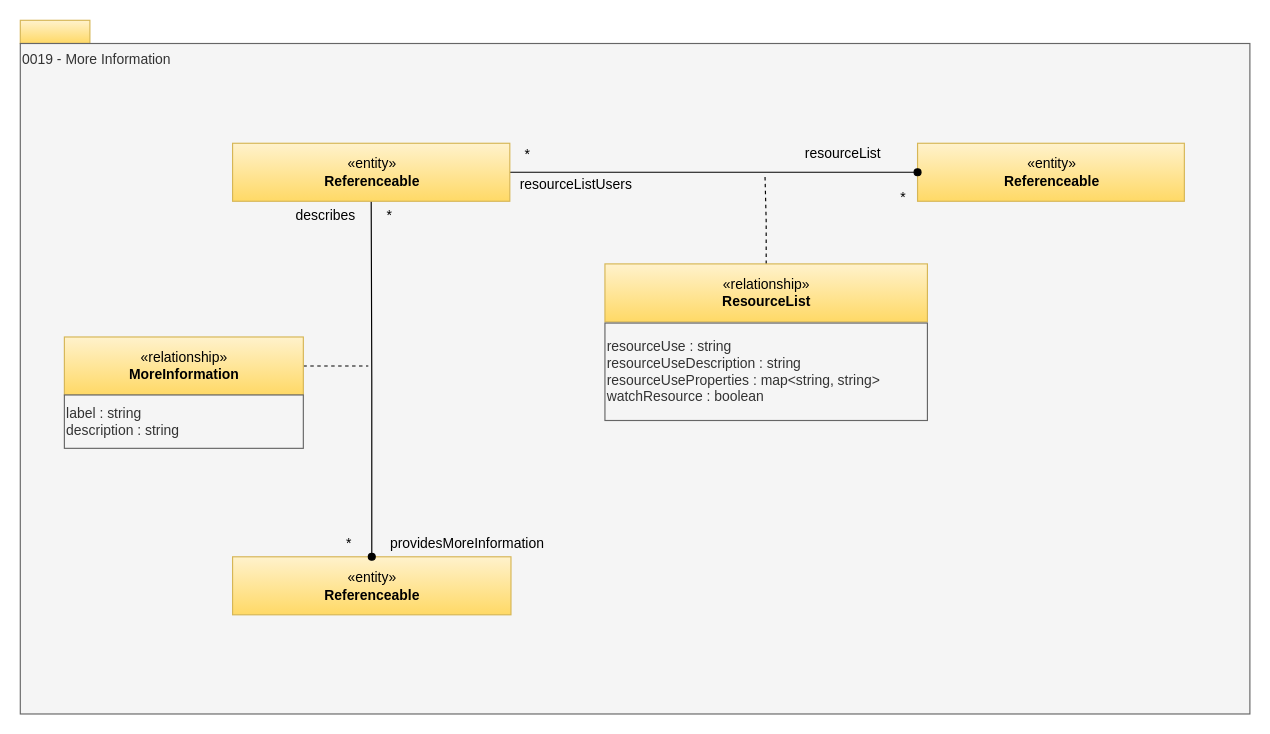
Earlier version of the draw.io diagram page "0019-More-Information" (13 of 32) of site/docs/types/0/area-0-basic-types-and-infrastructure.drawio (odpi/egeria-docs). Source tidied: cells renumbered, new cells numbered last; positions are measured from the earlier drawing's top-left corner, leaving out a move shared by most shapes. Both pictures are drawn from the tidied source at 116%, with x=0, y=0 at pixel (20, 20).
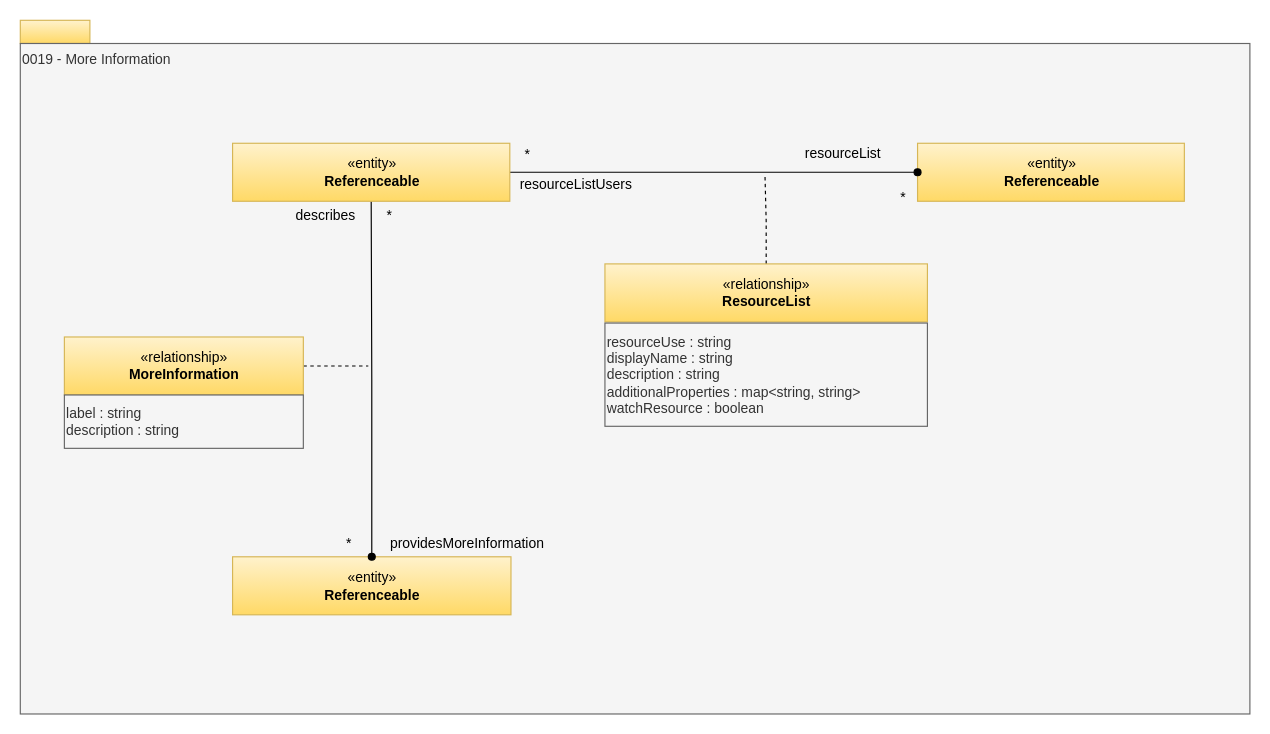
The same diagram, later.

What changed in the source:
```diff
@@
-    <mxCell id="22" value="resourceUse : string&lt;br&gt;resourceUseDescription : string&lt;br&gt;resourceUseProperties : map&amp;lt;string, string&amp;gt;&lt;br&gt;watchResource : boolean" style="rounded=0;whiteSpace=wrap;html=1;strokeColor=#666666;align=left;fillColor=#f5f5f5;fontColor=#333333;" parent="1" vertex="1">
-      <mxGeometry x="504" y="261" width="278" height="84" as="geometry" />
+    <mxCell id="22" value="resourceUse : string&lt;div&gt;displayName : string&lt;br&gt;description : string&lt;br&gt;additionalProperties : map&amp;lt;string, string&amp;gt;&lt;br&gt;watchResource : boolean&lt;/div&gt;" style="rounded=0;whiteSpace=wrap;html=1;strokeColor=#666666;align=left;fillColor=#f5f5f5;fontColor=#333333;" parent="1" vertex="1">
+      <mxGeometry x="504" y="261" width="278" height="89" as="geometry" />
     </mxCell>
```
